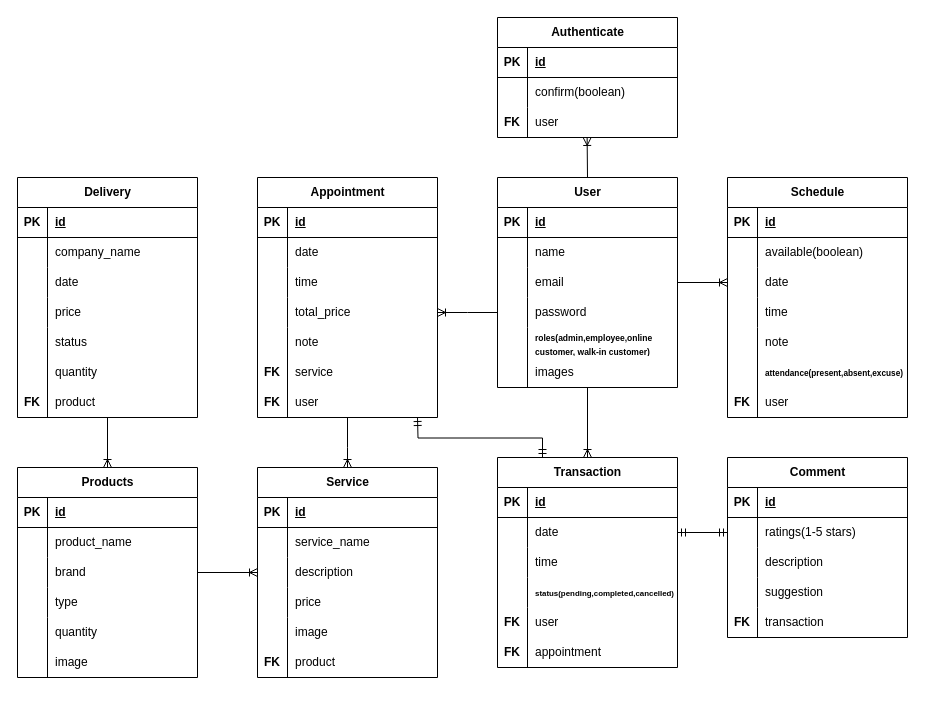
This is erd/Salon-Erd.drawio from GabTheGreat25/Salon-Api, a draw.io file, before an edit. Source tidied: cells renumbered, new cells numbered last; positions are measured from the earlier drawing's top-left corner, leaving out a move shared by most shapes. Both pictures are drawn from the tidied source at 100%, with x=0, y=0 at pixel (17, 17).
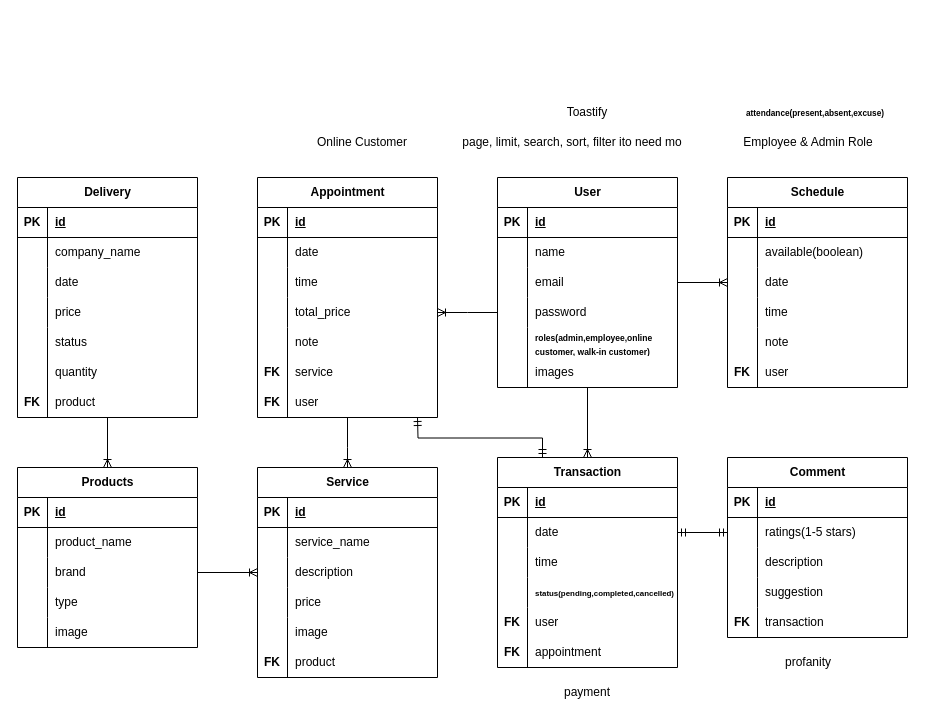
The same diagram, later.

The change refers to these unchanged cells:
```xml
<mxCell id="2" value="User" style="shape=table;startSize=30;childLayout=tableLayout;rowLines=0;fontStyle=1;align=center;html=1;" parent="1" vertex="1">
  <mxGeometry x="480" y="160" width="180" height="210" as="geometry" />
</mxCell>
```

Change to the diagram source:
```diff
@@
     <mxCell id="53" value="Schedule" style="shape=table;startSize=30;childLayout=tableLayout;rowLines=0;fontStyle=1;align=center;html=1;" parent="1" vertex="1">
-      <mxGeometry x="710" y="160" width="180" height="240" as="geometry" />
+      <mxGeometry x="710" y="160" width="180" height="210" as="geometry" />
     </mxCell>
@@
     <mxCell id="66" style="endArrow=none;html=1;rounded=0;" parent="1" edge="1">
       <mxGeometry relative="1" as="geometry">
         <mxPoint x="740" y="310" as="sourcePoint" />
-        <mxPoint x="740" y="400" as="targetPoint" />
+        <mxPoint x="740" y="370" as="targetPoint" />
       </mxGeometry>
     </mxCell>
     <mxCell id="67" value="&lt;font size=&quot;1&quot; style=&quot;&quot;&gt;&lt;b style=&quot;font-size: 8.25px;&quot;&gt;attendance(present,absent,excuse)&lt;/b&gt;&lt;/font&gt;" style="shape=partialRectangle;fillColor=none;top=0;left=0;bottom=0;right=0;align=left;spacingLeft=6;overflow=hidden;whiteSpace=wrap;html=1;" parent="1" vertex="1">
-      <mxGeometry x="740" y="340" width="150" height="30" as="geometry" />
+      <mxGeometry x="721" y="80" width="150" height="30" as="geometry" />
     </mxCell>
     <mxCell id="68" value="FK" style="shape=partialRectangle;fillColor=none;top=0;left=0;bottom=0;right=0;fontStyle=1;overflow=hidden;whiteSpace=wrap;html=1;" parent="1" vertex="1">
-      <mxGeometry x="710" y="370" width="30" height="30" as="geometry" />
+      <mxGeometry x="710" y="340" width="30" height="30" as="geometry" />
     </mxCell>
     <mxCell id="69" value="user" style="shape=partialRectangle;fillColor=none;top=0;left=0;bottom=0;right=0;align=left;spacingLeft=6;overflow=hidden;whiteSpace=wrap;html=1;" parent="1" vertex="1">
-      <mxGeometry x="740" y="370" width="150" height="30" as="geometry" />
+      <mxGeometry x="740" y="340" width="150" height="30" as="geometry" />
     </mxCell>
@@
-    <mxCell id="71" value="Authenticate" style="shape=table;startSize=30;childLayout=tableLayout;rowLines=0;fontStyle=1;align=center;html=1;" parent="1" vertex="1">
-      <mxGeometry x="480" width="180" height="120" as="geometry" />
-    </mxCell>
-    <mxCell id="72" style="shape=tableRow;horizontal=0;startSize=0;swimlaneHead=0;swimlaneBody=0;fillColor=none;top=0;left=0;right=0;bottom=1;" parent="71" vertex="1">
-      <mxGeometry y="30" width="180" height="30" as="geometry" />
-    </mxCell>
-    <mxCell id="73" value="PK" style="shape=partialRectangle;fillColor=none;top=0;left=0;bottom=0;right=0;fontStyle=1;overflow=hidden;whiteSpace=wrap;html=1;" parent="72" vertex="1">
-      <mxGeometry width="30" height="30" as="geometry" />
-    </mxCell>
-    <mxCell id="74" value="id" style="shape=partialRectangle;fillColor=none;top=0;left=0;bottom=0;right=0;align=left;spacingLeft=6;fontStyle=5;overflow=hidden;whiteSpace=wrap;html=1;" parent="72" vertex="1">
-      <mxGeometry x="30" width="150" height="30" as="geometry" />
-    </mxCell>
-    <mxCell id="75" style="shape=tableRow;horizontal=0;startSize=0;swimlaneHead=0;swimlaneBody=0;fillColor=none;top=0;left=0;right=0;bottom=0;" parent="71" vertex="1">
-      <mxGeometry y="60" width="180" height="30" as="geometry" />
-    </mxCell>
-    <mxCell id="76" style="shape=partialRectangle;fillColor=none;top=0;left=0;bottom=0;right=0;overflow=hidden;whiteSpace=wrap;html=1;" parent="75" vertex="1">
-      <mxGeometry width="30" height="30" as="geometry" />
-    </mxCell>
-    <mxCell id="77" value="confirm(boolean)" style="shape=partialRectangle;fillColor=none;top=0;left=0;bottom=0;right=0;align=left;spacingLeft=6;overflow=hidden;whiteSpace=wrap;html=1;" parent="75" vertex="1">
-      <mxGeometry x="30" width="150" height="30" as="geometry" />
-    </mxCell>
-    <mxCell id="78" style="shape=tableRow;horizontal=0;startSize=0;swimlaneHead=0;swimlaneBody=0;fillColor=none;points=[[0,0.5],[1,0.5]];portConstraint=eastwest;top=0;left=0;right=0;bottom=0;" parent="71" vertex="1">
-      <mxGeometry y="90" width="180" height="30" as="geometry" />
-    </mxCell>
-    <mxCell id="79" style="shape=partialRectangle;fillColor=none;top=0;left=0;bottom=0;right=0;overflow=hidden;whiteSpace=wrap;html=1;" parent="78" vertex="1">
-      <mxGeometry width="30" height="30" as="geometry" />
-    </mxCell>
-    <mxCell id="80" value="user" style="shape=partialRectangle;fillColor=none;top=0;left=0;bottom=0;right=0;align=left;spacingLeft=6;overflow=hidden;whiteSpace=wrap;html=1;" parent="78" vertex="1">
-      <mxGeometry x="30" width="150" height="30" as="geometry" />
-    </mxCell>
-    <mxCell id="81" value="FK" style="shape=partialRectangle;fillColor=none;top=0;left=0;bottom=0;right=0;fontStyle=1;overflow=hidden;whiteSpace=wrap;html=1;" parent="1" vertex="1">
-      <mxGeometry x="480" y="90" width="30" height="30" as="geometry" />
-    </mxCell>
@@
-    <mxCell id="115" style="fontSize=12;html=1;endArrow=ERoneToMany;rounded=0;exitX=0.5;exitY=0;exitDx=0;exitDy=0;entryX=0.498;entryY=0.999;entryDx=0;entryDy=0;entryPerimeter=0;" parent="1" edge="1" source="2" target="78">
-      <mxGeometry relative="1" as="geometry" />
-    </mxCell>
@@
     <mxCell id="122" value="Products" style="shape=table;startSize=30;childLayout=tableLayout;rowLines=0;fontStyle=1;align=center;html=1;" parent="1" vertex="1">
-      <mxGeometry y="450" width="180" height="210" as="geometry" />
+      <mxGeometry y="450" width="180" height="180" as="geometry" />
     </mxCell>
@@
     <mxCell id="135" style="endArrow=none;html=1;rounded=0;" parent="1" edge="1">
       <mxGeometry relative="1" as="geometry">
         <mxPoint x="30" y="600" as="sourcePoint" />
-        <mxPoint x="30" y="660" as="targetPoint" />
+        <mxPoint x="30" y="630" as="targetPoint" />
       </mxGeometry>
     </mxCell>
-    <mxCell id="136" value="quantity" style="shape=partialRectangle;fillColor=none;top=0;left=0;bottom=0;right=0;align=left;spacingLeft=6;overflow=hidden;whiteSpace=wrap;html=1;" parent="1" vertex="1">
-      <mxGeometry x="30" y="600" width="150" height="30" as="geometry" />
-    </mxCell>
     <mxCell id="137" value="image" style="shape=partialRectangle;fillColor=none;top=0;left=0;bottom=0;right=0;align=left;spacingLeft=6;overflow=hidden;whiteSpace=wrap;html=1;" parent="1" vertex="1">
-      <mxGeometry x="30" y="630" width="150" height="30" as="geometry" />
+      <mxGeometry x="30" y="600" width="150" height="30" as="geometry" />
     </mxCell>
@@
+    <mxCell id="160" value="Employee &amp;amp; Admin Role" style="text;html=1;strokeColor=none;fillColor=none;align=center;verticalAlign=middle;whiteSpace=wrap;rounded=0;" parent="1" vertex="1">
+      <mxGeometry x="711" y="110" width="160" height="30" as="geometry" />
+    </mxCell>
+    <mxCell id="161" value="payment" style="text;html=1;strokeColor=none;fillColor=none;align=center;verticalAlign=middle;whiteSpace=wrap;rounded=0;" parent="1" vertex="1">
+      <mxGeometry x="540" y="660" width="60" height="30" as="geometry" />
+    </mxCell>
+    <mxCell id="162" value="profanity" style="text;html=1;strokeColor=none;fillColor=none;align=center;verticalAlign=middle;whiteSpace=wrap;rounded=0;" parent="1" vertex="1">
+      <mxGeometry x="761" y="630" width="60" height="30" as="geometry" />
+    </mxCell>
+    <mxCell id="163" value="Toastify" style="text;html=1;strokeColor=none;fillColor=none;align=center;verticalAlign=middle;whiteSpace=wrap;rounded=0;" parent="1" vertex="1">
+      <mxGeometry x="540" y="80" width="60" height="30" as="geometry" />
+    </mxCell>
+    <mxCell id="164" value="page, limit, search, sort, filter ito need mo" style="text;html=1;strokeColor=none;fillColor=none;align=center;verticalAlign=middle;whiteSpace=wrap;rounded=0;" parent="1" vertex="1">
+      <mxGeometry x="425" y="110" width="260" height="30" as="geometry" />
+    </mxCell>
+    <mxCell id="165" value="Online Customer" style="text;html=1;strokeColor=none;fillColor=none;align=center;verticalAlign=middle;whiteSpace=wrap;rounded=0;" parent="1" vertex="1">
+      <mxGeometry x="295" y="110" width="100" height="30" as="geometry" />
+    </mxCell>
```
